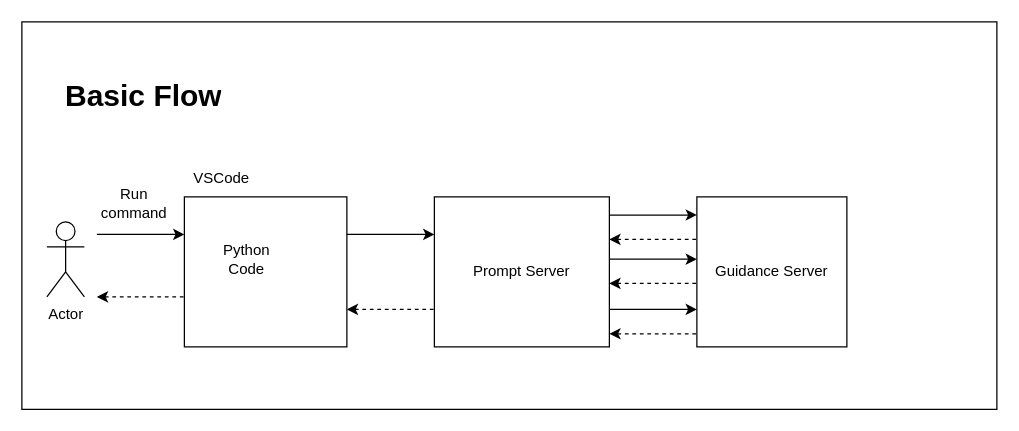
Before: oasis_architecture.drawio in ChuloAI/oasis, a draw.io diagram. Source tidied: cells renumbered, new cells numbered last; positions are measured from the earlier drawing's top-left corner, leaving out a move shared by most shapes. Both pictures are drawn from the tidied source at 125%, with x=0, y=0 at pixel (21, 21).
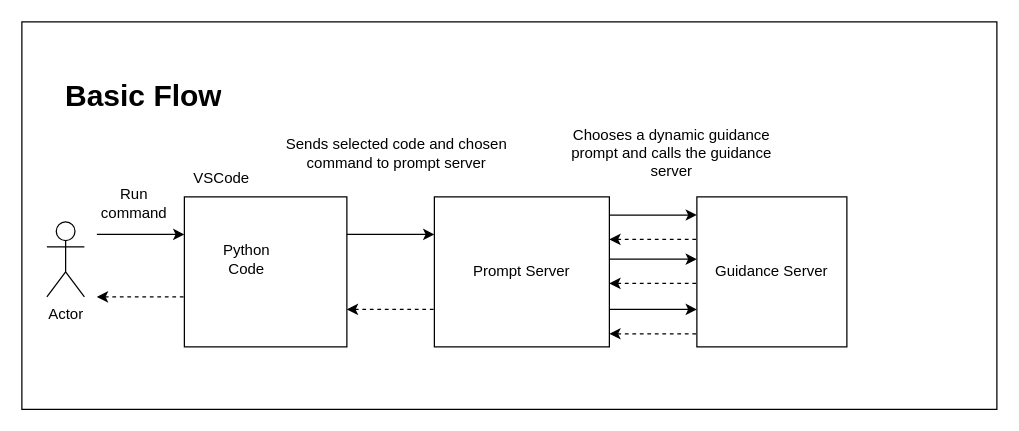
The same page after the edit.

The edit, as a diff of the source:
```diff
@@
+    <mxCell id="21" value="Sends selected code and chosen command to prompt server" style="text;html=1;strokeColor=none;fillColor=none;align=center;verticalAlign=middle;whiteSpace=wrap;rounded=0;" parent="1" vertex="1">
+      <mxGeometry x="210" y="70" width="180" height="70" as="geometry" />
+    </mxCell>
+    <mxCell id="22" value="Chooses a dynamic guidance prompt and calls the guidance server" style="text;html=1;strokeColor=none;fillColor=none;align=center;verticalAlign=middle;whiteSpace=wrap;rounded=0;" parent="1" vertex="1">
+      <mxGeometry x="430" y="70" width="180" height="70" as="geometry" />
+    </mxCell>
```
